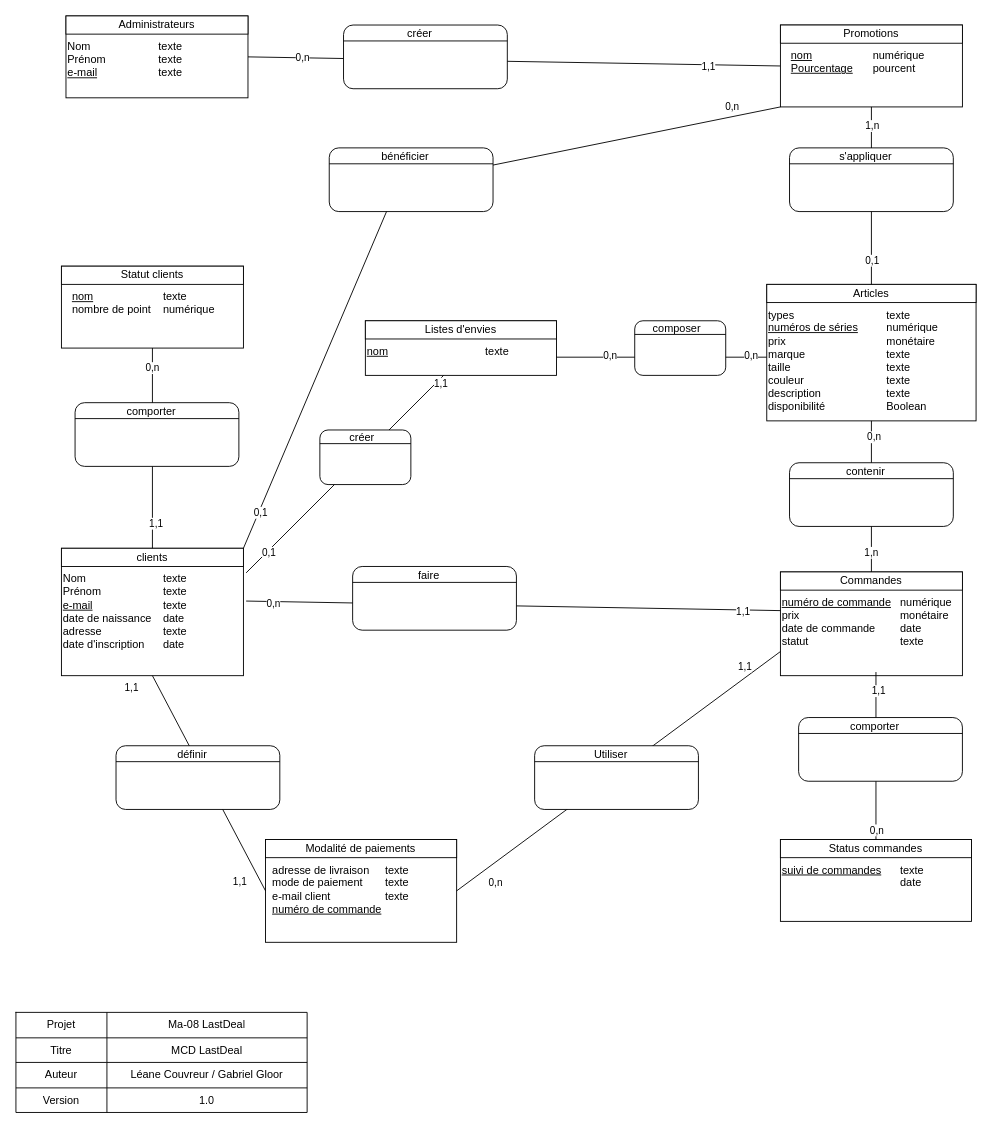
This is MCD-lastDeal.drawio from LeaneCouvreur/MA-08-Modele_LastBuy, a draw.io file, before an edit. Source tidied: cells renumbered, new cells numbered last; positions are measured from the earlier drawing's top-left corner, leaving out a move shared by most shapes. Both pictures are drawn from the tidied source at 91%, with x=0, y=0 at pixel (15, 15).
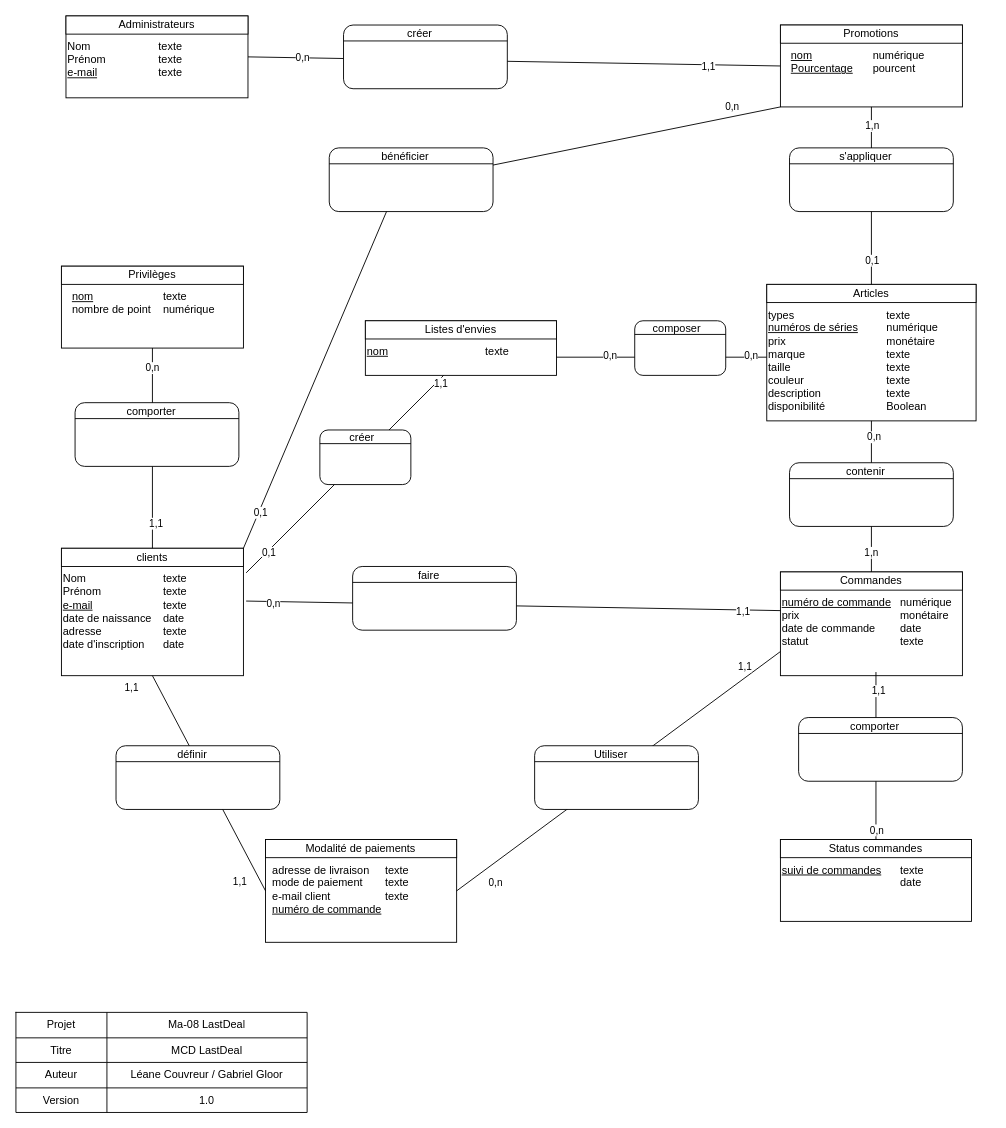
After the change.

Change to the diagram source:
```diff
@@
-    <mxCell id="42" value="Statut clients" style="rounded=0;whiteSpace=wrap;html=1;" parent="1" vertex="1">
+    <mxCell id="42" value="Privilèges" style="rounded=0;whiteSpace=wrap;html=1;" parent="1" vertex="1">
       <mxGeometry x="50" y="275" width="200" height="20" as="geometry" />
     </mxCell>
```
